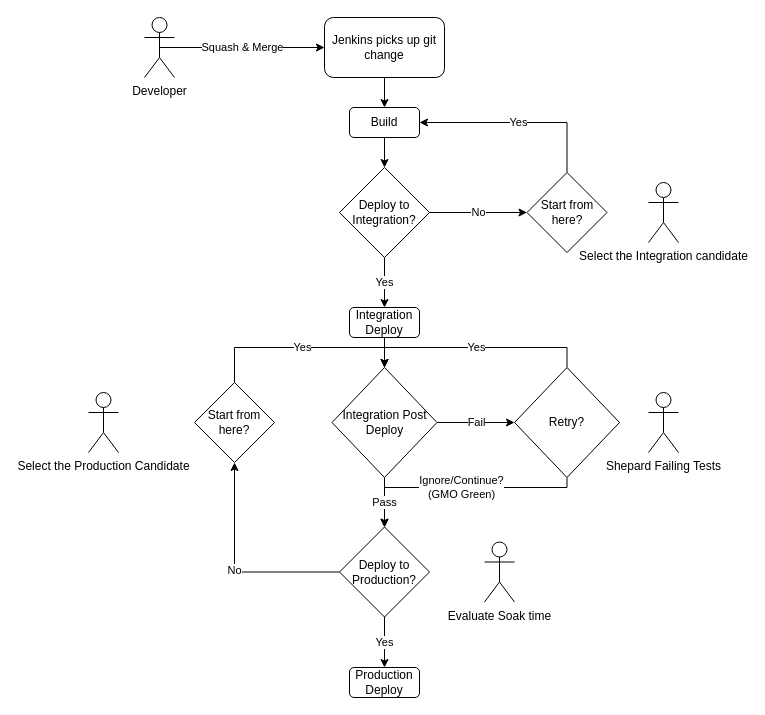
The draw.io diagram Untitled Diagram.drawio in ColinQuirke/glowing-guide, before the edit. Source tidied: cells renumbered, new cells numbered last; positions are measured from the earlier drawing's top-left corner, leaving out a move shared by most shapes. Both pictures are drawn from the tidied source at 100%, with x=0, y=0 at pixel (88, 17).
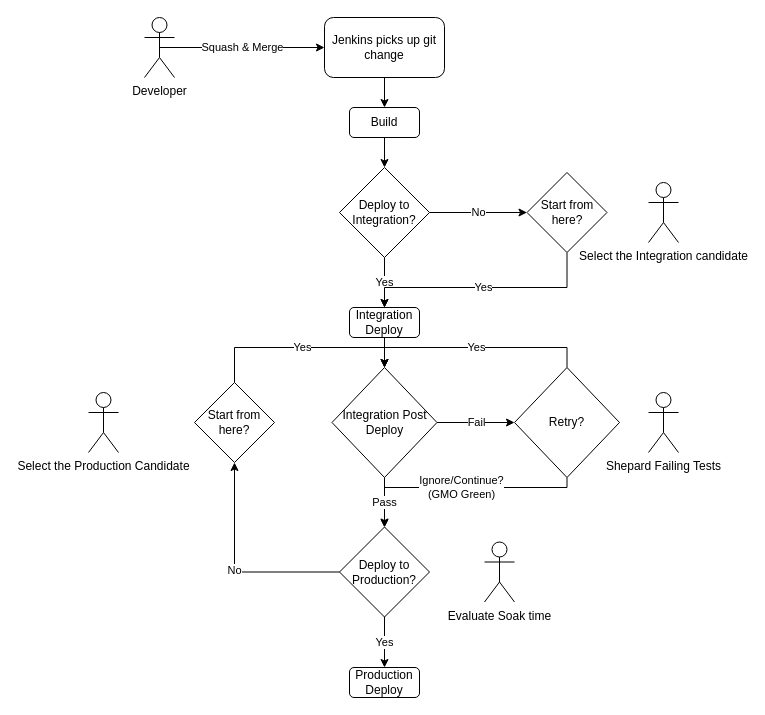
Above is the later version.

The change refers to these unchanged cells:
```xml
<mxCell id="5" value="Build" style="rounded=1;whiteSpace=wrap;html=1;" parent="1" vertex="1">
  <mxGeometry x="261" y="90" width="70" height="30" as="geometry" />
</mxCell>
<mxCell id="21" value="Start from here?" style="rhombus;whiteSpace=wrap;html=1;strokeColor=#000000;" parent="1" vertex="1">
  <mxGeometry x="438.5" y="155" width="80" height="80" as="geometry" />
</mxCell>
```

The edit, as a diff of the source:
```diff
@@
-    <mxCell id="20" value="Yes" style="edgeStyle=orthogonalEdgeStyle;rounded=0;jettySize=auto;html=1;entryX=1;entryY=0.5;entryDx=0;entryDy=0;exitX=0.5;exitY=0;exitDx=0;exitDy=0;" parent="1" edge="1" source="21" target="5">
+    <mxCell id="20" value="Yes" style="edgeStyle=orthogonalEdgeStyle;rounded=0;jettySize=auto;html=1;exitX=0.5;exitY=1;exitDx=0;exitDy=0;" parent="1" edge="1" source="21">
       <mxGeometry relative="1" as="geometry">
+        <mxPoint x="296" y="290" as="targetPoint" />
         <Array as="points">
-          <mxPoint x="479" y="105" />
+          <mxPoint x="479" y="270" />
+          <mxPoint x="296" y="270" />
         </Array>
       </mxGeometry>
     </mxCell>
```
